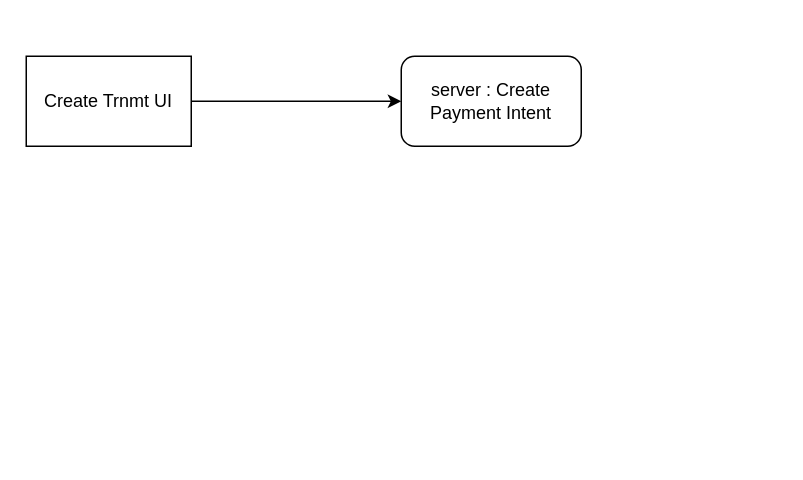
Earlier version of the draw.io diagram Untitled Diagram.drawio (DebanjanT/debug). Source tidied: cells renumbered, new cells numbered last; positions are measured from the earlier drawing's top-left corner, leaving out a move shared by most shapes. Both pictures are drawn from the tidied source at 150%, with x=0, y=0 at pixel (26, 56).
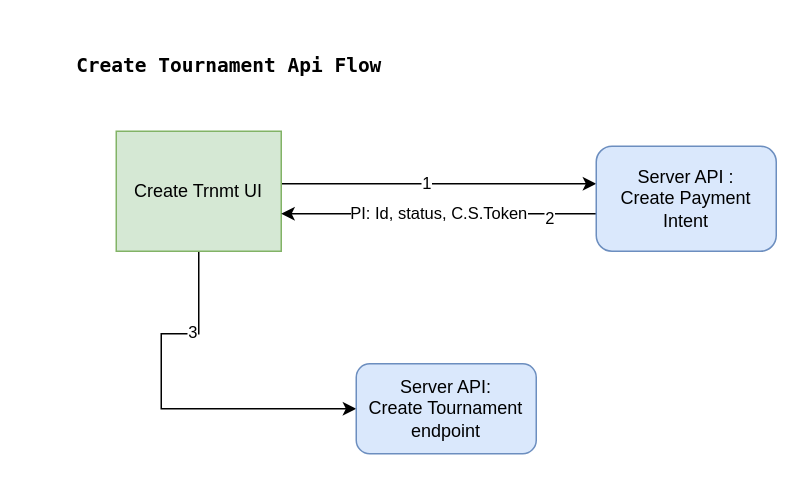
After the change.

Diff of the diagram source:
```diff
@@
 <mxGraphModel>
   <root>
     <mxCell id="0" />
     <mxCell id="1" parent="0" />
     <mxCell id="2" style="edgeStyle=orthogonalEdgeStyle;rounded=0;jettySize=auto;html=1;" parent="1" edge="1" source="3" target="4">
-      <mxGeometry relative="1" as="geometry" />
+      <mxGeometry relative="1" as="geometry">
+        <Array as="points">
+          <mxPoint x="220" y="85" />
+          <mxPoint x="220" y="85" />
+        </Array>
+      </mxGeometry>
     </mxCell>
+    <mxCell id="5" value="1" style="edgeLabel;html=1;align=center;verticalAlign=middle;" parent="2" vertex="1">
+      <mxGeometry x="-0.09" y="1" relative="1" as="geometry" />
+    </mxCell>
+    <mxCell id="6" style="edgeStyle=orthogonalEdgeStyle;rounded=0;jettySize=auto;html=1;" parent="1" edge="1" source="3" target="10">
+      <mxGeometry relative="1" as="geometry">
+        <Array as="points">
+          <mxPoint x="115" y="185" />
+          <mxPoint x="90" y="185" />
+          <mxPoint x="90" y="235" />
+        </Array>
+      </mxGeometry>
+    </mxCell>
+    <mxCell id="7" value="3" style="edgeLabel;html=1;align=center;verticalAlign=middle;" parent="6" vertex="1">
+      <mxGeometry x="-0.54" y="-2" relative="1" as="geometry" />
+    </mxCell>
-    <mxCell id="3" value="Create Trnmt UI" style="whiteSpace=wrap;html=1;" parent="1" vertex="1">
-      <mxGeometry width="110" height="60" as="geometry" />
+    <mxCell id="3" value="Create Trnmt UI" style="whiteSpace=wrap;html=1;fillColor=#d5e8d4;strokeColor=#82b366;" parent="1" vertex="1">
+      <mxGeometry x="60" y="50" width="110" height="80" as="geometry" />
     </mxCell>
+    <mxCell id="8" value="PI: Id, status, C.S.Token" style="edgeStyle=orthogonalEdgeStyle;rounded=0;jettySize=auto;html=1;" parent="1" edge="1" source="4" target="3">
+      <mxGeometry relative="1" as="geometry">
+        <Array as="points">
+          <mxPoint x="240" y="105" />
+          <mxPoint x="240" y="105" />
+        </Array>
+      </mxGeometry>
+    </mxCell>
+    <mxCell id="9" value="2" style="edgeLabel;html=1;align=center;verticalAlign=middle;" parent="8" vertex="1">
+      <mxGeometry x="-0.7" y="2" relative="1" as="geometry" />
+    </mxCell>
-    <mxCell id="4" value="server : Create Payment Intent&lt;br&gt;" style="rounded=1;whiteSpace=wrap;html=1;" parent="1" vertex="1">
-      <mxGeometry x="250" width="120" height="60" as="geometry" />
+    <mxCell id="4" value="Server API : &lt;br&gt;Create Payment Intent" style="rounded=1;whiteSpace=wrap;html=1;fillColor=#dae8fc;strokeColor=#6c8ebf;" parent="1" vertex="1">
+      <mxGeometry x="380" y="60" width="120" height="70" as="geometry" />
     </mxCell>
+    <mxCell id="10" value="Server API:&lt;br&gt;Create Tournament endpoint" style="rounded=1;whiteSpace=wrap;html=1;fillColor=#dae8fc;strokeColor=#6c8ebf;" parent="1" vertex="1">
+      <mxGeometry x="220" y="205" width="120" height="60" as="geometry" />
+    </mxCell>
+    <mxCell id="11" value="&lt;h2&gt;&lt;font face=&quot;Lucida Console&quot; size=&quot;1&quot;&gt;&lt;span style=&quot;font-size: 13px&quot;&gt;Create Tournament Api Flow&lt;/span&gt;&lt;/font&gt;&lt;/h2&gt;" style="text;html=1;align=center;verticalAlign=middle;strokeColor=none;fillColor=none;" parent="1" vertex="1">
+      <mxGeometry x="45" y="-20" width="180" height="50" as="geometry" />
+    </mxCell>
   </root>
 </mxGraphModel>
```
